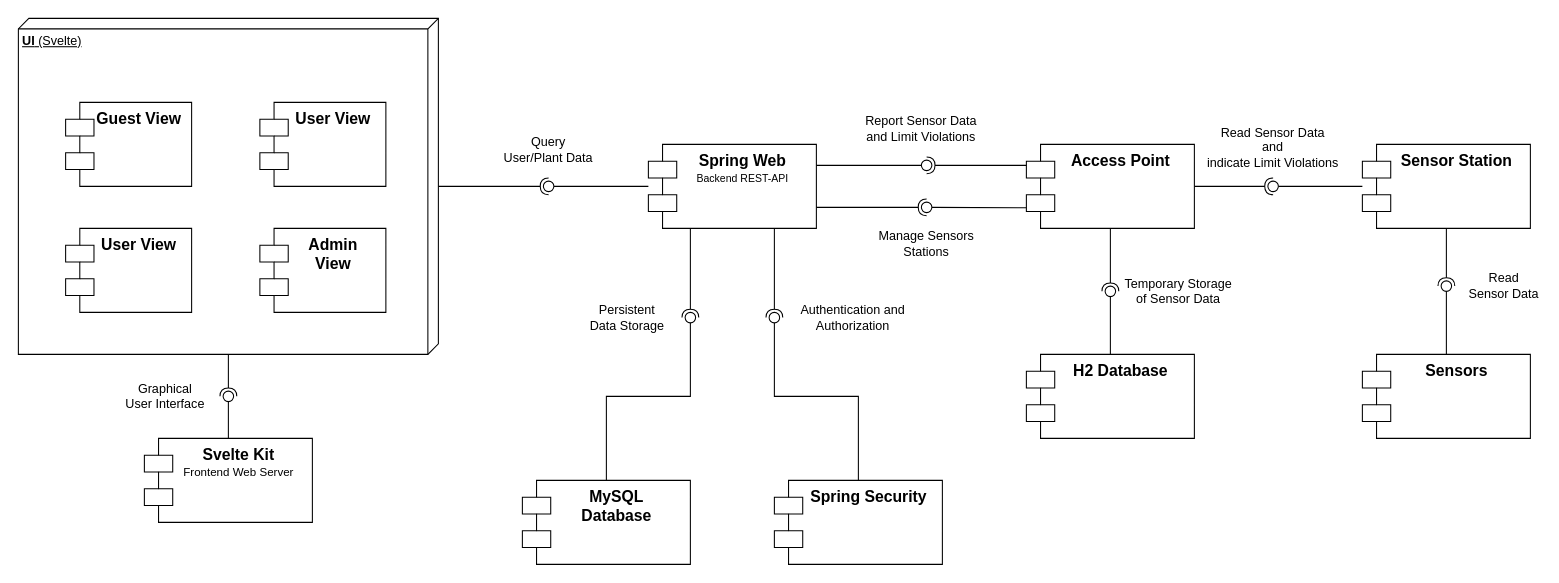
Above: Diagrams/component-diagram.drawio in FabioPlunser/SWE (draw.io), before the change. Source tidied: cells renumbered, new cells numbered last; positions are measured from the earlier drawing's top-left corner, leaving out a move shared by most shapes. Both pictures are drawn from the tidied source at 105%, with x=0, y=0 at pixel (18, 18).
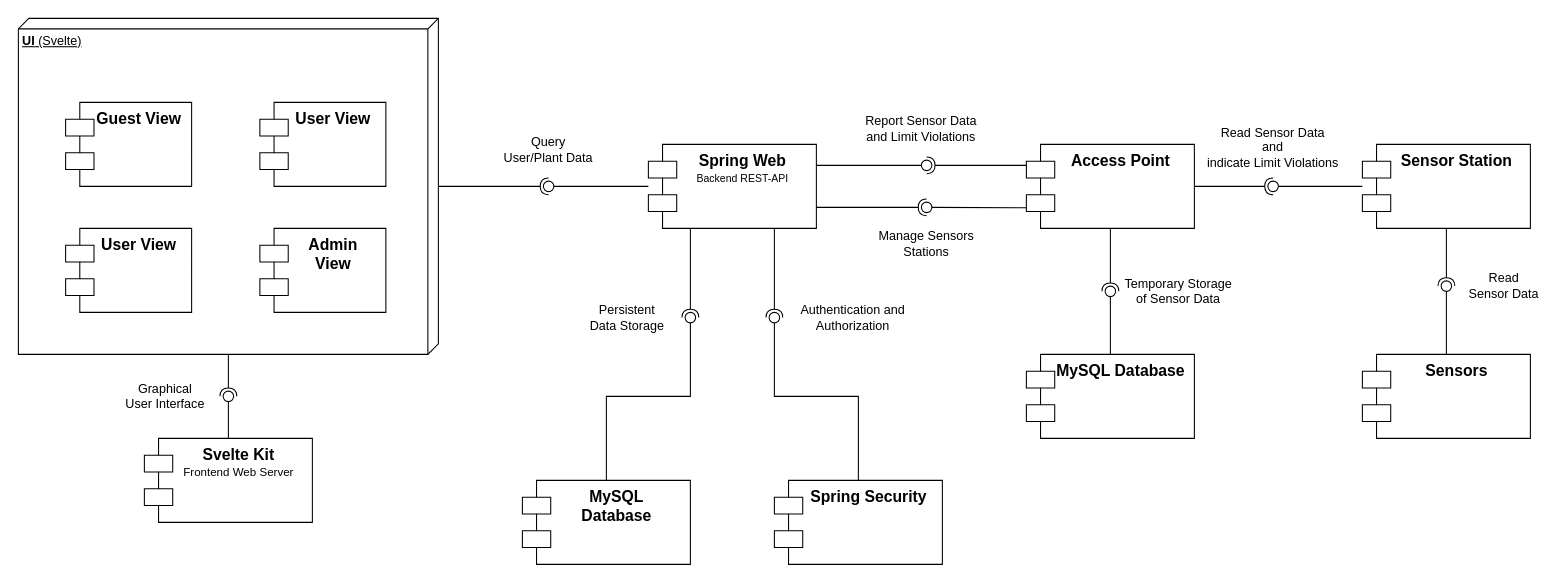
Above is the later version.

Commit message (it also covers changes not shown here):
Changed H2-Database to MySQL Database in Component Diagram

The edit, as a diff of the source:
```diff
@@
-    <mxCell id="46" value="&lt;span style=&quot;font-size: 15px;&quot;&gt;&lt;b&gt;H2 Database&lt;/b&gt;&lt;/span&gt;" style="shape=module;align=left;spacingLeft=20;align=center;verticalAlign=top;whiteSpace=wrap;html=1;jettyWidth=27;jettyHeight=16;" parent="1" vertex="1">
+    <mxCell id="46" value="&lt;span style=&quot;font-size: 15px;&quot;&gt;&lt;b&gt;MySQL Database&lt;/b&gt;&lt;/span&gt;" style="shape=module;align=left;spacingLeft=20;align=center;verticalAlign=top;whiteSpace=wrap;html=1;jettyWidth=27;jettyHeight=16;" parent="1" vertex="1">
       <mxGeometry x="960" y="320" width="160" height="80" as="geometry" />
     </mxCell>
```
